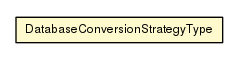
The Graphviz diagram docs/javadoc/apidocs/net/ljcomputing/database/strategy/DatabaseConversionStrategyType.png in willmorejg/net.ljcomputing.database, before a commit. Its source is kept beside it as docs/javadoc/apidocs/net/ljcomputing/database/strategy/DatabaseConversionStrategyType.dot.
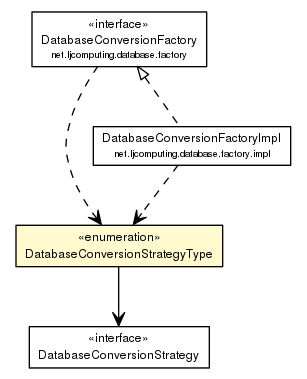
After the change.

The edit, as a diff of the source:
```diff
@@ -4,9 +4,33 @@
 	node [fontname="Helvetica",fontsize=10,shape=plaintext];
 	nodesep=0.25;
 	ranksep=0.5;
-	c666 [label=<<table title="net.ljcomputing.database.strategy.DatabaseConversionStrategyType" border="0" cellborder="1" cellspacing="0" cellpadding="2" port="p" bgcolor="lemonChiffon" href="./DatabaseConversionStrategyType.html">
+	c641 [label=<<table title="net.ljcomputing.database.strategy.DatabaseConversionStrategy" border="0" cellborder="1" cellspacing="0" cellpadding="2" port="p" href="./DatabaseConversionStrategy.html">
 		<tr><td><table border="0" cellspacing="0" cellpadding="1">
+<tr><td align="center" balign="center"> &#171;interface&#187; </td></tr>
+<tr><td align="center" balign="center"> DatabaseConversionStrategy </td></tr>
+		</table></td></tr>
+		</table>>, URL="./DatabaseConversionStrategy.html", fontname="Helvetica", fontcolor="black", fontsize=9.0];
+	c642 [label=<<table title="net.ljcomputing.database.strategy.DatabaseConversionStrategyType" border="0" cellborder="1" cellspacing="0" cellpadding="2" port="p" bgcolor="lemonChiffon" href="./DatabaseConversionStrategyType.html">
+		<tr><td><table border="0" cellspacing="0" cellpadding="1">
+<tr><td align="center" balign="center"> &#171;enumeration&#187; </td></tr>
 <tr><td align="center" balign="center"> DatabaseConversionStrategyType </td></tr>
 		</table></td></tr>
 		</table>>, URL="./DatabaseConversionStrategyType.html", fontname="Helvetica", fontcolor="black", fontsize=9.0];
+	c648 [label=<<table title="net.ljcomputing.database.factory.DatabaseConversionFactory" border="0" cellborder="1" cellspacing="0" cellpadding="2" port="p" href="../factory/DatabaseConversionFactory.html">
+		<tr><td><table border="0" cellspacing="0" cellpadding="1">
+<tr><td align="center" balign="center"> &#171;interface&#187; </td></tr>
+<tr><td align="center" balign="center"> DatabaseConversionFactory </td></tr>
+<tr><td align="center" balign="center"><font point-size="7.0"> net.ljcomputing.database.factory </font></td></tr>
+		</table></td></tr>
+		</table>>, URL="../factory/DatabaseConversionFactory.html", fontname="Helvetica", fontcolor="black", fontsize=9.0];
+	c649 [label=<<table title="net.ljcomputing.database.factory.impl.DatabaseConversionFactoryImpl" border="0" cellborder="1" cellspacing="0" cellpadding="2" port="p" href="../factory/impl/DatabaseConversionFactoryImpl.html">
+		<tr><td><table border="0" cellspacing="0" cellpadding="1">
+<tr><td align="center" balign="center"> DatabaseConversionFactoryImpl </td></tr>
+<tr><td align="center" balign="center"><font point-size="7.0"> net.ljcomputing.database.factory.impl </font></td></tr>
+		</table></td></tr>
+		</table>>, URL="../factory/impl/DatabaseConversionFactoryImpl.html", fontname="Helvetica", fontcolor="black", fontsize=9.0];
+	c648:p -> c649:p [dir=back,arrowtail=empty,style=dashed];
+	c642:p -> c641:p [taillabel="", label="", headlabel="", fontname="Helvetica", fontcolor="black", fontsize=10.0, color="black", arrowhead=open];
+	c648:p -> c642:p [taillabel="", label="", headlabel="", fontname="Helvetica", fontcolor="black", fontsize=10.0, color="black", arrowhead=open, style=dashed];
+	c649:p -> c642:p [taillabel="", label="", headlabel="", fontname="Helvetica", fontcolor="black", fontsize=10.0, color="black", arrowhead=open, style=dashed];
 }
```
